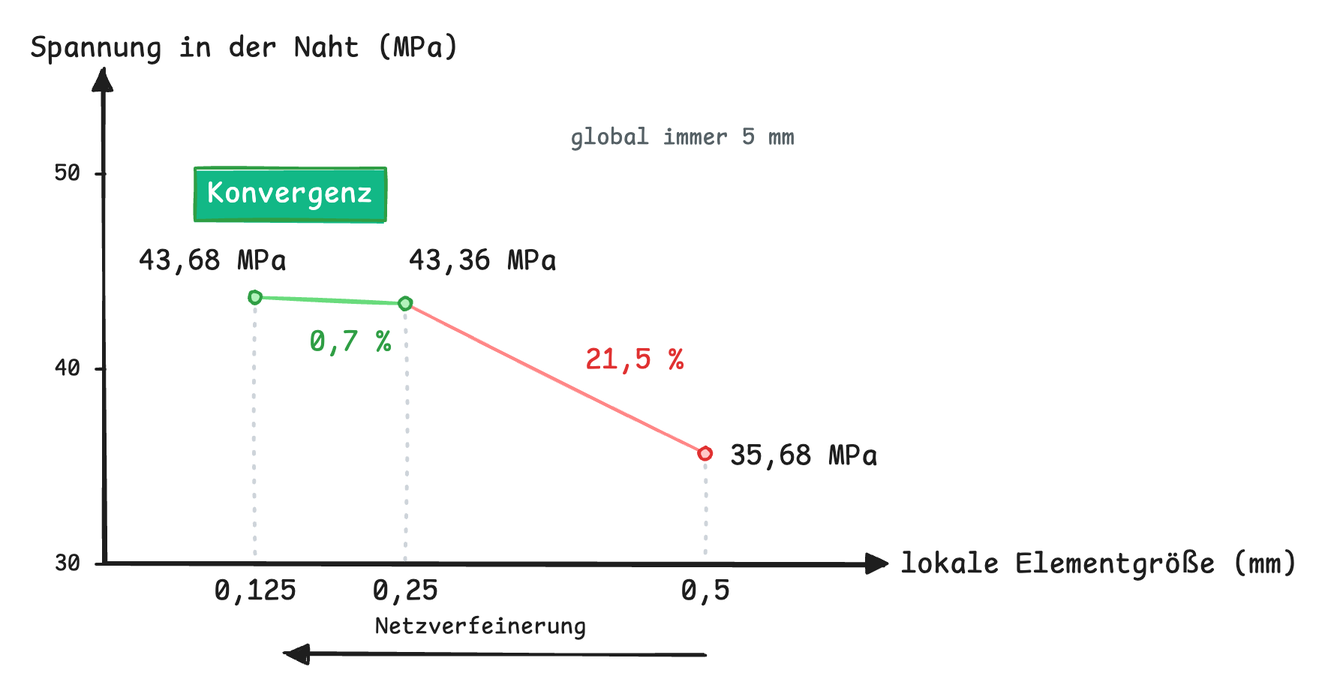
The Excalidraw diagram docs/P3_Vernetzung/02_ANSYS_Umsetzung/images/Uebung-05-Konvergenz.excalidraw.png in prof-schoenfelder-lab/Strukturmechanik, before a commit. Source tidied: one line per element, renumbered; positions are measured from the earlier drawing's top-left corner, leaving out a move shared by most shapes.
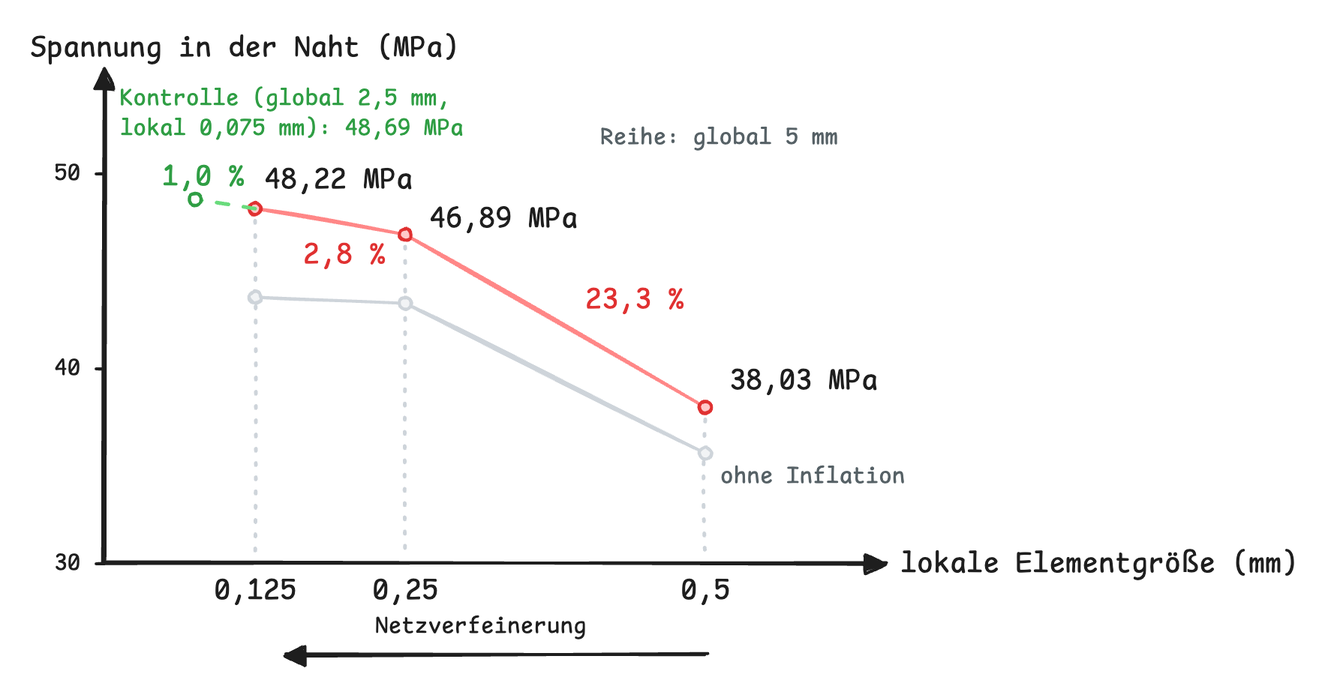
The same diagram one commit later.

Commit message:
Entwurf P3 Übung 5: Werte mit Inflation (0,5 mm 38,03, 0,25 mm 46,89 MPa), Frage nach dem Wert bei 0,125 mm, Lösung mit 2,8 % und Kontrollrechnung, Konvergenzbild neu (SM-44)

The edit, as a diff of the source:
```diff
@@ -1,31 +1,37 @@
-{"id": 0, "type": "arrow", "strokeColor": "#1e1e1e", "strokeWidth": 2, "roughness": 1, "endArrowhead": "triangle", "round": true, "x": 50, "y": 356, "width": 520, "height": 0, "points": [[0, 0], [520, 0]]}
-{"id": 1, "type": "arrow", "strokeColor": "#1e1e1e", "strokeWidth": 2, "roughness": 1, "endArrowhead": "triangle", "round": true, "x": 50, "y": 356, "width": 0, "height": 330, "points": [[0, 0], [0, -330]]}
+{"id": 31, "type": "arrow", "strokeColor": "#1e1e1e", "strokeWidth": 2, "roughness": 1, "endArrowhead": "triangle", "round": true, "x": 50, "y": 356, "width": 520, "height": 0, "points": [[0, 0], [520, 0]]}
+{"id": 32, "type": "arrow", "strokeColor": "#1e1e1e", "strokeWidth": 2, "roughness": 1, "endArrowhead": "triangle", "round": true, "x": 50, "y": 356, "width": 0, "height": 330, "points": [[0, 0], [0, -330]]}
 {"id": 2, "type": "text", "text": "Spannung in der Naht (MPa)", "strokeColor": "#1e1e1e", "strokeWidth": 2, "roughness": 1, "fontSize": 20, "fontFamily": 8, "x": 0, "y": 0, "width": 286, "height": 25}
 {"id": 3, "type": "text", "text": "lokale Elementgröße (mm)", "strokeColor": "#1e1e1e", "strokeWidth": 2, "roughness": 1, "fontSize": 20, "fontFamily": 8, "x": 580, "y": 344, "width": 265, "height": 25}
-{"id": 4, "type": "line", "strokeColor": "#1e1e1e", "strokeWidth": 2, "roughness": 1, "x": 44, "y": 356, "width": 6, "height": 0, "points": [[0, 0], [6, 0]]}
+{"id": 33, "type": "line", "strokeColor": "#1e1e1e", "strokeWidth": 2, "roughness": 1, "x": 44, "y": 356, "width": 6, "height": 0, "points": [[0, 0], [6, 0]]}
 {"id": 5, "type": "text", "text": "30", "strokeColor": "#1e1e1e", "strokeWidth": 2, "roughness": 1, "fontSize": 16, "fontFamily": 8, "x": 16, "y": 346, "width": 18, "height": 20}
-{"id": 6, "type": "line", "strokeColor": "#1e1e1e", "strokeWidth": 2, "roughness": 1, "x": 44, "y": 226, "width": 6, "height": 0, "points": [[0, 0], [6, 0]]}
+{"id": 34, "type": "line", "strokeColor": "#1e1e1e", "strokeWidth": 2, "roughness": 1, "x": 44, "y": 226, "width": 6, "height": 0, "points": [[0, 0], [6, 0]]}
 {"id": 7, "type": "text", "text": "40", "strokeColor": "#1e1e1e", "strokeWidth": 2, "roughness": 1, "fontSize": 16, "fontFamily": 8, "x": 16, "y": 216, "width": 18, "height": 20}
-{"id": 8, "type": "line", "strokeColor": "#1e1e1e", "strokeWidth": 2, "roughness": 1, "x": 44, "y": 96, "width": 6, "height": 0, "points": [[0, 0], [6, 0]]}
+{"id": 35, "type": "line", "strokeColor": "#1e1e1e", "strokeWidth": 2, "roughness": 1, "x": 44, "y": 96, "width": 6, "height": 0, "points": [[0, 0], [6, 0]]}
 {"id": 9, "type": "text", "text": "50", "strokeColor": "#1e1e1e", "strokeWidth": 2, "roughness": 1, "fontSize": 16, "fontFamily": 8, "x": 16, "y": 86, "width": 18, "height": 20}
-{"id": 10, "type": "line", "strokeColor": "#ced4da", "strokeWidth": 2, "strokeStyle": "dotted", "roughness": 1, "x": 150, "y": 186, "width": 0, "height": 167, "points": [[0, 0], [0, 167]]}
+{"id": 36, "type": "line", "strokeColor": "#ced4da", "strokeWidth": 2, "strokeStyle": "dotted", "roughness": 1, "x": 150, "y": 127, "width": 0, "height": 226, "points": [[0, 0], [0, 226]]}
 {"id": 11, "type": "text", "text": "0,125", "strokeColor": "#1e1e1e", "strokeWidth": 2, "roughness": 1, "fontSize": 20, "fontFamily": 8, "x": 122, "y": 362, "width": 55, "height": 25}
-{"id": 12, "type": "line", "strokeColor": "#ced4da", "strokeWidth": 2, "strokeStyle": "dotted", "roughness": 1, "x": 250, "y": 190, "width": 0, "height": 163, "points": [[0, 0], [0, 163]]}
+{"id": 37, "type": "line", "strokeColor": "#ced4da", "strokeWidth": 2, "strokeStyle": "dotted", "roughness": 1, "x": 250, "y": 144, "width": 0, "height": 209, "points": [[0, 0], [0, 209]]}
 {"id": 13, "type": "text", "text": "0,25", "strokeColor": "#1e1e1e", "strokeWidth": 2, "roughness": 1, "fontSize": 20, "fontFamily": 8, "x": 228, "y": 362, "width": 44, "height": 25}
-{"id": 14, "type": "line", "strokeColor": "#ced4da", "strokeWidth": 2, "strokeStyle": "dotted", "roughness": 1, "x": 450, "y": 290, "width": 0, "height": 63, "points": [[0, 0], [0, 63]]}
+{"id": 38, "type": "line", "strokeColor": "#ced4da", "strokeWidth": 2, "strokeStyle": "dotted", "roughness": 1, "x": 450, "y": 260, "width": 0, "height": 93, "points": [[0, 0], [0, 93]]}
 {"id": 15, "type": "text", "text": "0,5", "strokeColor": "#1e1e1e", "strokeWidth": 2, "roughness": 1, "fontSize": 20, "fontFamily": 8, "x": 434, "y": 362, "width": 33, "height": 25}
-{"id": 16, "type": "line", "strokeColor": "#69db7c", "strokeWidth": 2, "roughness": 1, "x": 150, "y": 178, "width": 100, "height": 4, "points": [[0, 0], [100, 4]]}
-{"id": 17, "type": "line", "strokeColor": "#ff8787", "strokeWidth": 2, "roughness": 1, "x": 250, "y": 182, "width": 200, "height": 100, "points": [[0, 0], [200, 100]]}
-{"id": 18, "type": "ellipse", "strokeColor": "#2f9e44", "backgroundColor": "#b2f2bb", "fillStyle": "solid", "strokeWidth": 2, "roughness": 1, "x": 146, "y": 174, "width": 8, "height": 8}
-{"id": 19, "type": "ellipse", "strokeColor": "#2f9e44", "backgroundColor": "#b2f2bb", "fillStyle": "solid", "strokeWidth": 2, "roughness": 1, "x": 246, "y": 178, "width": 8, "height": 8}
-{"id": 20, "type": "ellipse", "strokeColor": "#e03131", "backgroundColor": "#ffc9c9", "fillStyle": "solid", "strokeWidth": 2, "roughness": 1, "x": 446, "y": 278, "width": 8, "height": 8}
-{"id": 21, "type": "text", "text": "43,68 MPa", "strokeColor": "#1e1e1e", "strokeWidth": 2, "roughness": 1, "fontSize": 20, "fontFamily": 8, "x": 72, "y": 142, "width": 99, "height": 25}
-{"id": 22, "type": "text", "text": "43,36 MPa", "strokeColor": "#1e1e1e", "strokeWidth": 2, "roughness": 1, "fontSize": 20, "fontFamily": 8, "x": 252, "y": 142, "width": 99, "height": 25}
-{"id": 23, "type": "text", "text": "35,68 MPa", "strokeColor": "#1e1e1e", "strokeWidth": 2, "roughness": 1, "fontSize": 20, "fontFamily": 8, "x": 466, "y": 272, "width": 99, "height": 25}
-{"id": 24, "type": "text", "text": "0,7 %", "strokeColor": "#2f9e44", "strokeWidth": 2, "roughness": 1, "fontSize": 20, "fontFamily": 8, "x": 186, "y": 196, "width": 55, "height": 25}
-{"id": 25, "type": "text", "text": "21,5 %", "strokeColor": "#e03131", "strokeWidth": 2, "roughness": 1, "fontSize": 20, "fontFamily": 8, "x": 370, "y": 208, "width": 66, "height": 25}
-{"id": 26, "type": "rectangle", "strokeColor": "#2f9e44", "backgroundColor": "#12b886", "fillStyle": "solid", "strokeWidth": 2, "roughness": 1, "x": 110, "y": 92, "width": 127, "height": 35}
-{"id": 27, "type": "text", "text": "Konvergenz", "strokeColor": "#ffffff", "backgroundColor": "#ffc9c9", "fillStyle": "solid", "strokeWidth": 2, "roughness": 1, "fontSize": 20, "fontFamily": 8, "textAlign": "center", "verticalAlign": "middle", "inside": 26, "x": 118, "y": 97, "width": 110, "height": 25}
-{"id": 28, "type": "text", "text": "global immer 5 mm", "strokeColor": "#566166", "strokeWidth": 2, "roughness": 1, "fontSize": 16, "fontFamily": 8, "x": 360, "y": 62, "width": 150, "height": 20}
+{"id": 39, "type": "line", "strokeColor": "#ced4da", "strokeWidth": 2, "roughness": 1, "x": 150, "y": 178, "width": 300, "height": 104, "points": [[0, 0], [100, 4], [300, 104]]}
+{"id": 40, "type": "ellipse", "strokeColor": "#ced4da", "backgroundColor": "#f1f3f5", "fillStyle": "solid", "strokeWidth": 2, "roughness": 1, "x": 146, "y": 174, "width": 8, "height": 8}
+{"id": 41, "type": "ellipse", "strokeColor": "#ced4da", "backgroundColor": "#f1f3f5", "fillStyle": "solid", "strokeWidth": 2, "roughness": 1, "x": 246, "y": 178, "width": 8, "height": 8}
+{"id": 42, "type": "ellipse", "strokeColor": "#ced4da", "backgroundColor": "#f1f3f5", "fillStyle": "solid", "strokeWidth": 2, "roughness": 1, "x": 446, "y": 278, "width": 8, "height": 8}
+{"id": 43, "type": "text", "text": "ohne Inflation", "strokeColor": "#566166", "strokeWidth": 2, "roughness": 1, "fontSize": 16, "fontFamily": 8, "x": 460, "y": 288, "width": 123, "height": 20}
+{"id": 44, "type": "line", "strokeColor": "#ff8787", "strokeWidth": 2, "roughness": 1, "x": 150, "y": 119, "width": 300, "height": 132, "points": [[0, 0], [100, 17], [300, 132]]}
+{"id": 45, "type": "ellipse", "strokeColor": "#e03131", "backgroundColor": "#ffc9c9", "fillStyle": "solid", "strokeWidth": 2, "roughness": 1, "x": 146, "y": 115, "width": 8, "height": 8}
+{"id": 46, "type": "ellipse", "strokeColor": "#e03131", "backgroundColor": "#ffc9c9", "fillStyle": "solid", "strokeWidth": 2, "roughness": 1, "x": 246, "y": 132, "width": 8, "height": 8}
+{"id": 47, "type": "ellipse", "strokeColor": "#e03131", "backgroundColor": "#ffc9c9", "fillStyle": "solid", "strokeWidth": 2, "roughness": 1, "x": 446, "y": 248, "width": 8, "height": 8}
+{"id": 48, "type": "line", "strokeColor": "#69db7c", "strokeWidth": 2, "strokeStyle": "dashed", "roughness": 1, "x": 150, "y": 119, "width": 40, "height": 6, "points": [[0, 0], [-40, -6]]}
+{"id": 49, "type": "ellipse", "strokeColor": "#2f9e44", "backgroundColor": "#ffffff", "fillStyle": "solid", "strokeWidth": 2, "roughness": 1, "x": 106, "y": 109, "width": 8, "height": 8}
+{"id": 50, "type": "text", "text": "48,22 MPa", "strokeColor": "#1e1e1e", "strokeWidth": 2, "roughness": 1, "fontSize": 20, "fontFamily": 8, "x": 156, "y": 88, "width": 99, "height": 25}
+{"id": 51, "type": "text", "text": "46,89 MPa", "strokeColor": "#1e1e1e", "strokeWidth": 2, "roughness": 1, "fontSize": 20, "fontFamily": 8, "x": 266, "y": 114, "width": 99, "height": 25}
+{"id": 52, "type": "text", "text": "38,03 MPa", "strokeColor": "#1e1e1e", "strokeWidth": 2, "roughness": 1, "fontSize": 20, "fontFamily": 8, "x": 466, "y": 222, "width": 99, "height": 25}
+{"id": 53, "type": "text", "text": "2,8 %", "strokeColor": "#e03131", "strokeWidth": 2, "roughness": 1, "fontSize": 20, "fontFamily": 8, "x": 182, "y": 138, "width": 55, "height": 25}
+{"id": 54, "type": "text", "text": "23,3 %", "strokeColor": "#e03131", "strokeWidth": 2, "roughness": 1, "fontSize": 20, "fontFamily": 8, "x": 370, "y": 168, "width": 66, "height": 25}
+{"id": 55, "type": "text", "text": "1,0 %", "strokeColor": "#2f9e44", "strokeWidth": 2, "roughness": 1, "fontSize": 20, "fontFamily": 8, "x": 88, "y": 86, "width": 55, "height": 25}
+{"id": 56, "type": "text", "text": "Kontrolle (global 2,5 mm,\nlokal 0,075 mm): 48,69 MPa", "strokeColor": "#2f9e44", "strokeWidth": 2, "roughness": 1, "fontSize": 16, "fontFamily": 8, "x": 60, "y": 36, "width": 229, "height": 40}
+{"id": 57, "type": "text", "text": "Reihe: global 5 mm", "strokeColor": "#566166", "strokeWidth": 2, "roughness": 1, "fontSize": 16, "fontFamily": 8, "x": 380, "y": 62, "width": 158, "height": 20}
 {"id": 29, "type": "text", "text": "Netzverfeinerung", "strokeColor": "#1e1e1e", "strokeWidth": 2, "roughness": 1, "fontSize": 16, "fontFamily": 8, "x": 230, "y": 388, "width": 141, "height": 20}
-{"id": 30, "type": "arrow", "strokeColor": "#1e1e1e", "strokeWidth": 2, "roughness": 1, "endArrowhead": "triangle", "round": true, "x": 450, "y": 416, "width": 280, "height": 0, "points": [[0, 0], [-280, 0]]}
+{"id": 58, "type": "arrow", "strokeColor": "#1e1e1e", "strokeWidth": 2, "roughness": 1, "endArrowhead": "triangle", "round": true, "x": 450, "y": 416, "width": 280, "height": 0, "points": [[0, 0], [-280, 0]]}
```
